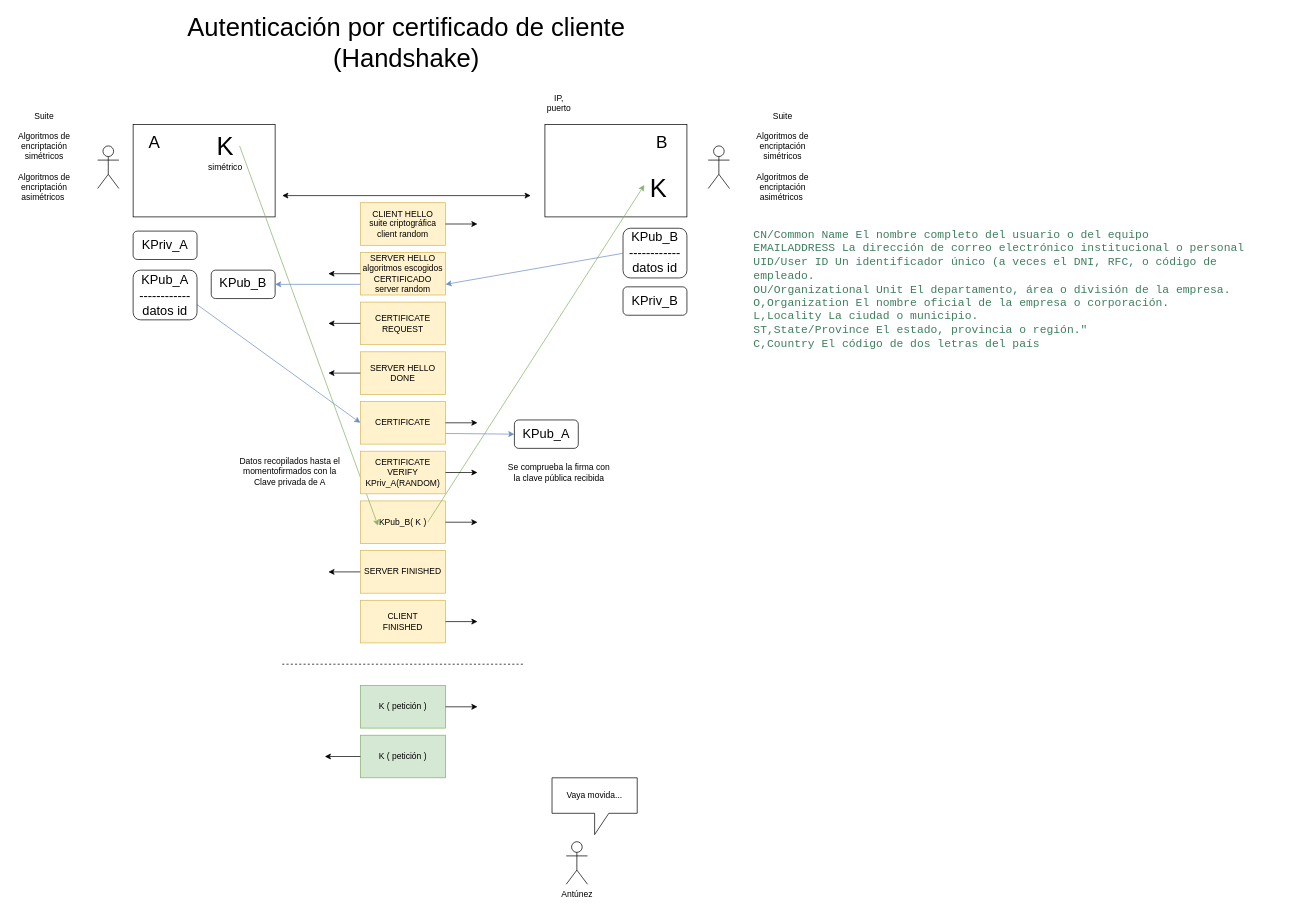
Above: page "Página-26" (16 of 34) of seguridad.drawio in lrag/seguridad_java (draw.io), before the change. Source tidied: cells renumbered, new cells numbered last; positions are measured from the earlier drawing's top-left corner, leaving out a move shared by most shapes. Both pictures are drawn from the tidied source at 71%, with x=0, y=0 at pixel (12, 32).
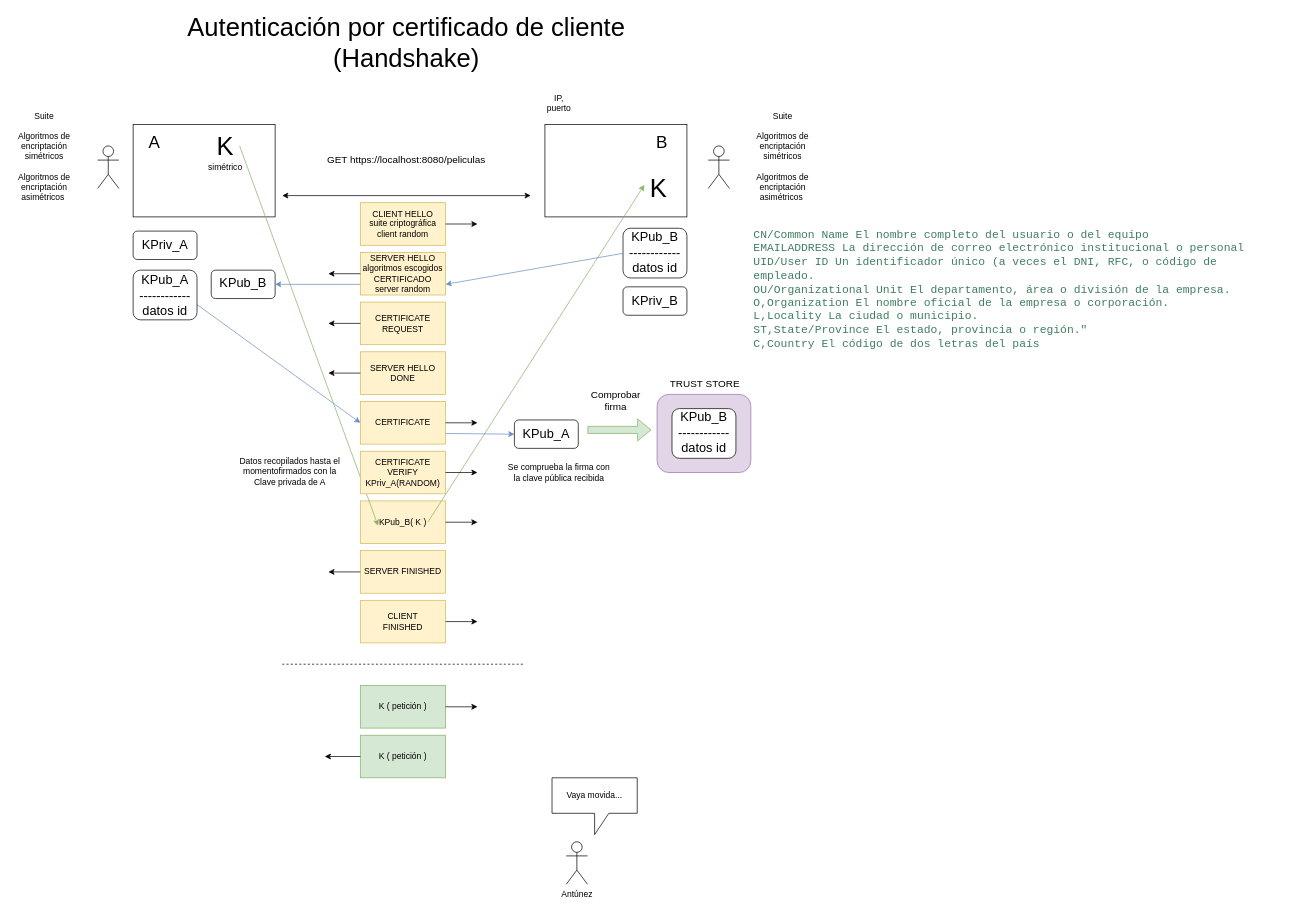
After the change.

The edit, as a diff of the source:
```diff
@@
+    <mxCell id="66" style="rounded=1;whiteSpace=wrap;html=1;fontSize=14;fillColor=#e1d5e7;strokeColor=#9673a6;" parent="1" vertex="1">
+      <mxGeometry x="908" y="510" width="132" height="110" as="geometry" />
+    </mxCell>
@@
+    <mxCell id="67" value="&lt;font style=&quot;font-size: 14px;&quot;&gt;TRUST STORE&lt;/font&gt;" style="text;html=1;strokeColor=none;fillColor=none;align=center;verticalAlign=middle;whiteSpace=wrap;rounded=0;fontSize=11;" parent="1" vertex="1">
+      <mxGeometry x="922.5" y="480" width="105" height="30" as="geometry" />
+    </mxCell>
+    <mxCell id="68" style="rounded=1;whiteSpace=wrap;html=1;" parent="1" vertex="1">
+      <mxGeometry x="929" y="530" width="90" height="70" as="geometry" />
+    </mxCell>
+    <mxCell id="69" value="&lt;font style=&quot;font-size: 18px&quot;&gt;KPub_B&lt;br&gt;------------&lt;br&gt;datos id&lt;br&gt;&lt;/font&gt;" style="text;html=1;strokeColor=none;fillColor=none;align=center;verticalAlign=middle;whiteSpace=wrap;rounded=0;" parent="1" vertex="1">
+      <mxGeometry x="929" y="533" width="90" height="62.5" as="geometry" />
+    </mxCell>
+    <mxCell id="70" style="shape=flexArrow;endArrow=classic;html=1;rounded=1;strokeWidth=1;fontSize=14;fillColor=#d5e8d4;strokeColor=#82b366;" parent="1" edge="1">
+      <mxGeometry relative="1" as="geometry">
+        <mxPoint x="810" y="560" as="sourcePoint" />
+        <mxPoint x="900" y="560" as="targetPoint" />
+      </mxGeometry>
+    </mxCell>
+    <mxCell id="71" value="Comprobar&lt;br&gt;firma" style="text;html=1;strokeColor=none;fillColor=none;align=center;verticalAlign=middle;whiteSpace=wrap;rounded=0;fontSize=14;" parent="1" vertex="1">
+      <mxGeometry x="820" y="503" width="60" height="30" as="geometry" />
+    </mxCell>
+    <mxCell id="72" value="&lt;font style=&quot;font-size: 14px;&quot;&gt;GET https://localhost:8080/peliculas&lt;/font&gt;" style="text;html=1;strokeColor=none;fillColor=none;align=center;verticalAlign=middle;whiteSpace=wrap;rounded=0;fontSize=14;" parent="1" vertex="1">
+      <mxGeometry x="430" y="165" width="250" height="30" as="geometry" />
+    </mxCell>
```
